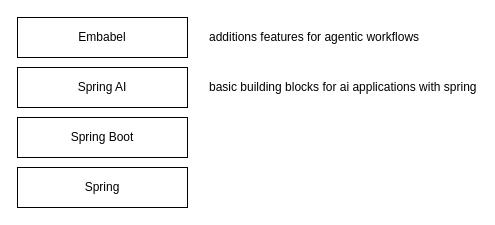
Before: docs/Embabel-Stack.drawio in coc-university/spring-ai-example, a draw.io diagram. Source tidied: cells renumbered, new cells numbered last; positions are measured from the earlier drawing's top-left corner, leaving out a move shared by most shapes. Both pictures are drawn from the tidied source at 100%, with x=0, y=0 at pixel (17, 17).
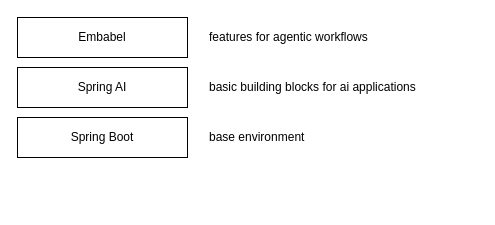
The same diagram, later.

Change to the diagram source:
```diff
@@
 <mxGraphModel>
   <root>
     <mxCell id="0" />
     <mxCell id="1" parent="0" />
-    <mxCell id="2" value="Spring" style="rounded=0;whiteSpace=wrap;html=1;" parent="1" vertex="1">
-      <mxGeometry y="150" width="170" height="40" as="geometry" />
-    </mxCell>
     <mxCell id="3" value="Spring Boot" style="rounded=0;whiteSpace=wrap;html=1;" parent="1" vertex="1">
       <mxGeometry y="100" width="170" height="40" as="geometry" />
     </mxCell>
     <mxCell id="4" value="Spring AI" style="rounded=0;whiteSpace=wrap;html=1;" parent="1" vertex="1">
       <mxGeometry y="50" width="170" height="40" as="geometry" />
     </mxCell>
     <mxCell id="5" value="Embabel" style="rounded=0;whiteSpace=wrap;html=1;" parent="1" vertex="1">
       <mxGeometry width="170" height="40" as="geometry" />
     </mxCell>
-    <mxCell id="6" value="basic building blocks for ai applications with spring" style="text;html=1;whiteSpace=wrap;strokeColor=none;fillColor=none;align=left;verticalAlign=middle;rounded=0;" parent="1" vertex="1">
-      <mxGeometry x="190" y="55" width="270" height="30" as="geometry" />
+    <mxCell id="6" value="basic building blocks for ai applications" style="text;html=1;whiteSpace=wrap;strokeColor=none;fillColor=none;align=left;verticalAlign=middle;rounded=0;" parent="1" vertex="1">
+      <mxGeometry x="190" y="55" width="220" height="30" as="geometry" />
     </mxCell>
-    <mxCell id="7" value="additions features for agentic workflows" style="text;html=1;whiteSpace=wrap;strokeColor=none;fillColor=none;align=left;verticalAlign=middle;rounded=0;" parent="1" vertex="1">
+    <mxCell id="7" value="features for agentic workflows" style="text;html=1;whiteSpace=wrap;strokeColor=none;fillColor=none;align=left;verticalAlign=middle;rounded=0;" parent="1" vertex="1">
       <mxGeometry x="190" y="5" width="220" height="30" as="geometry" />
     </mxCell>
+    <mxCell id="8" value="base environment" style="text;html=1;whiteSpace=wrap;strokeColor=none;fillColor=none;align=left;verticalAlign=middle;rounded=0;" parent="1" vertex="1">
+      <mxGeometry x="190" y="105" width="220" height="30" as="geometry" />
+    </mxCell>
   </root>
 </mxGraphModel>
```
